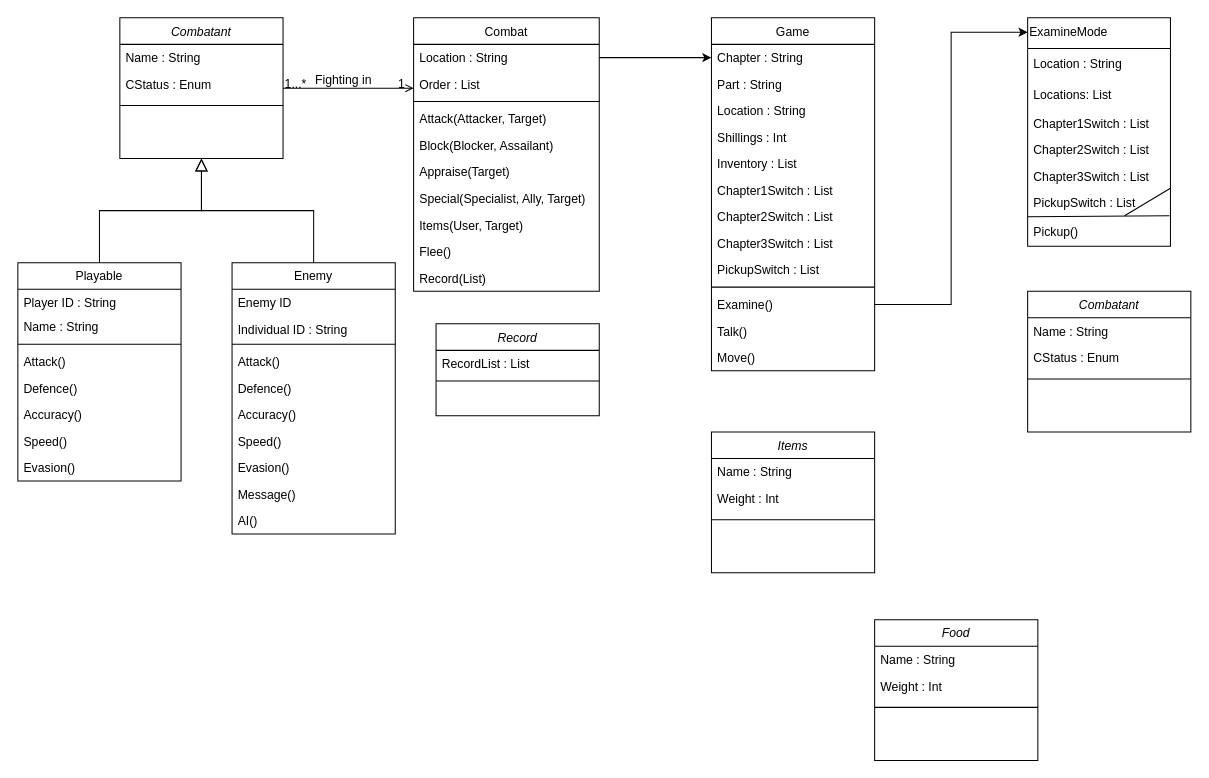
Above: WandW_class.drawio in wildwood44/WildAndWyrdDemo (draw.io), before the change. Source tidied: cells renumbered, new cells numbered last; positions are measured from the earlier drawing's top-left corner, leaving out a move shared by most shapes. Both pictures are drawn from the tidied source at 102%, with x=0, y=0 at pixel (17, 17).
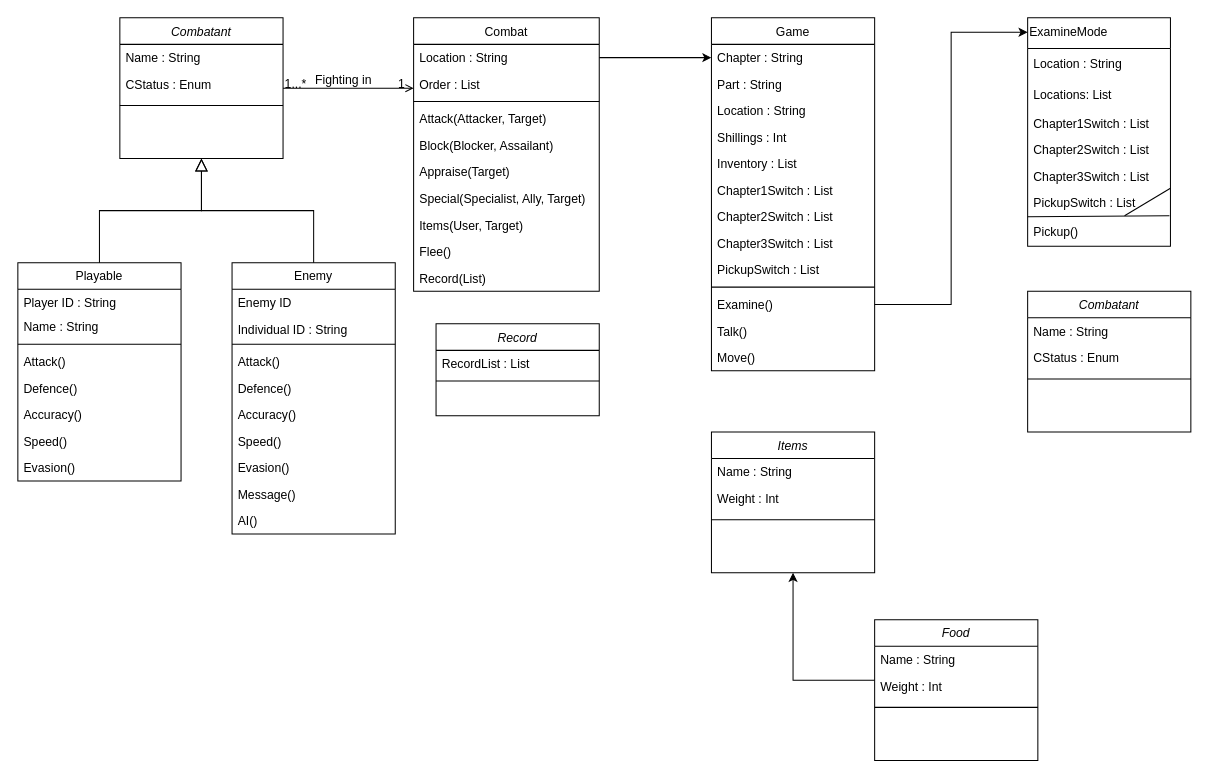
The same page after the edit.

The change refers to these unchanged cells:
```xml
<mxCell id="78" value="Weight : Int" style="text;strokeColor=none;fillColor=none;align=left;verticalAlign=top;rounded=0;spacingLeft=4;spacingRight=4;" parent="76" vertex="1">
  <mxGeometry y="52" width="160" height="30" as="geometry" />
</mxCell>
<mxCell id="80" value="Items" style="swimlane;fontStyle=2;align=center;verticalAlign=top;horizontal=1;startSize=26;rounded=0;shadow=0;strokeWidth=1;" parent="1" vertex="1">
  <mxGeometry x="680" y="406" width="160" height="138" as="geometry" />
</mxCell>
```

Diff of the diagram source:
```diff
@@
+    <mxCell id="84" style="edgeStyle=orthogonalEdgeStyle;rounded=0;jettySize=auto;html=1;exitX=0;exitY=0.25;exitDx=0;exitDy=0;entryX=0.5;entryY=1;entryDx=0;entryDy=0;" parent="1" edge="1" source="78" target="80">
+      <mxGeometry relative="1" as="geometry" />
+    </mxCell>
```
